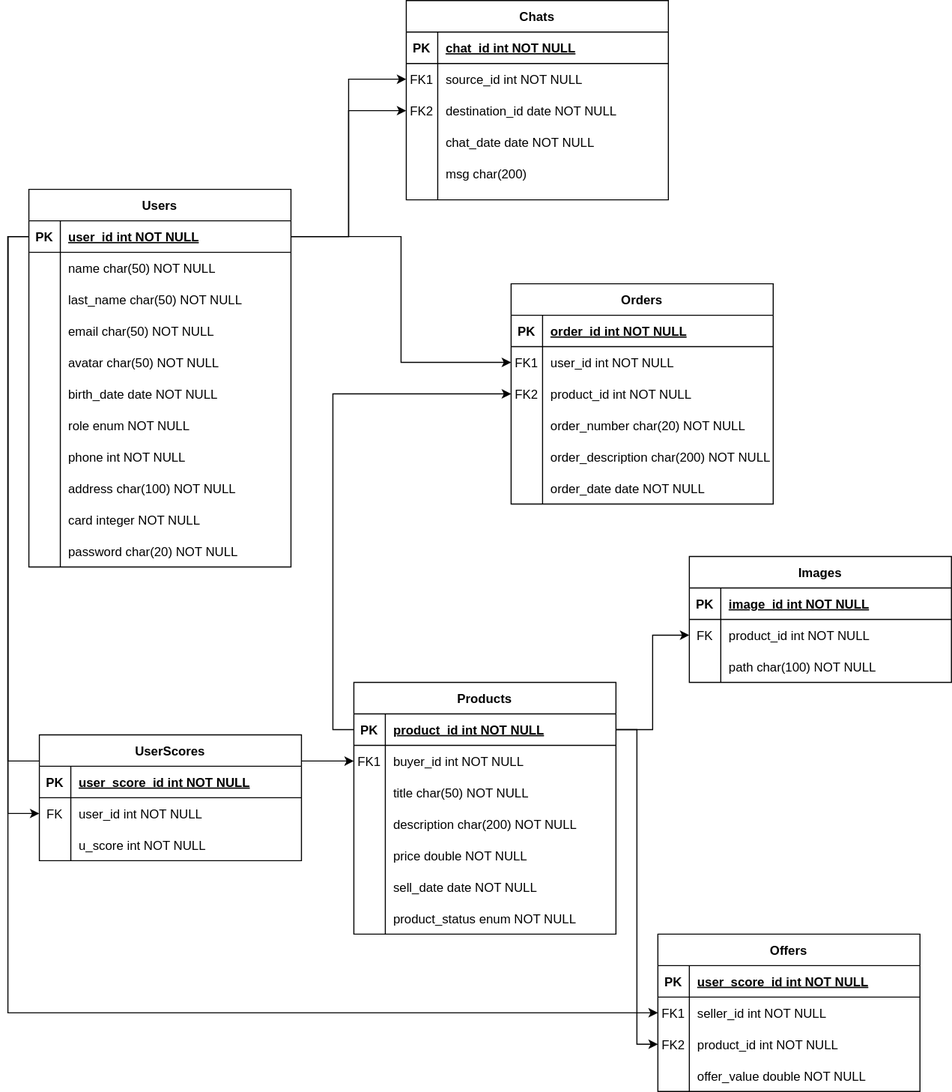
Earlier version of the draw.io export images/diagram8.svg (adrianoosses/final-back). Source tidied: cells renumbered, new cells last; positions are measured from the earlier drawing's top-left corner, leaving out a move shared by most shapes.
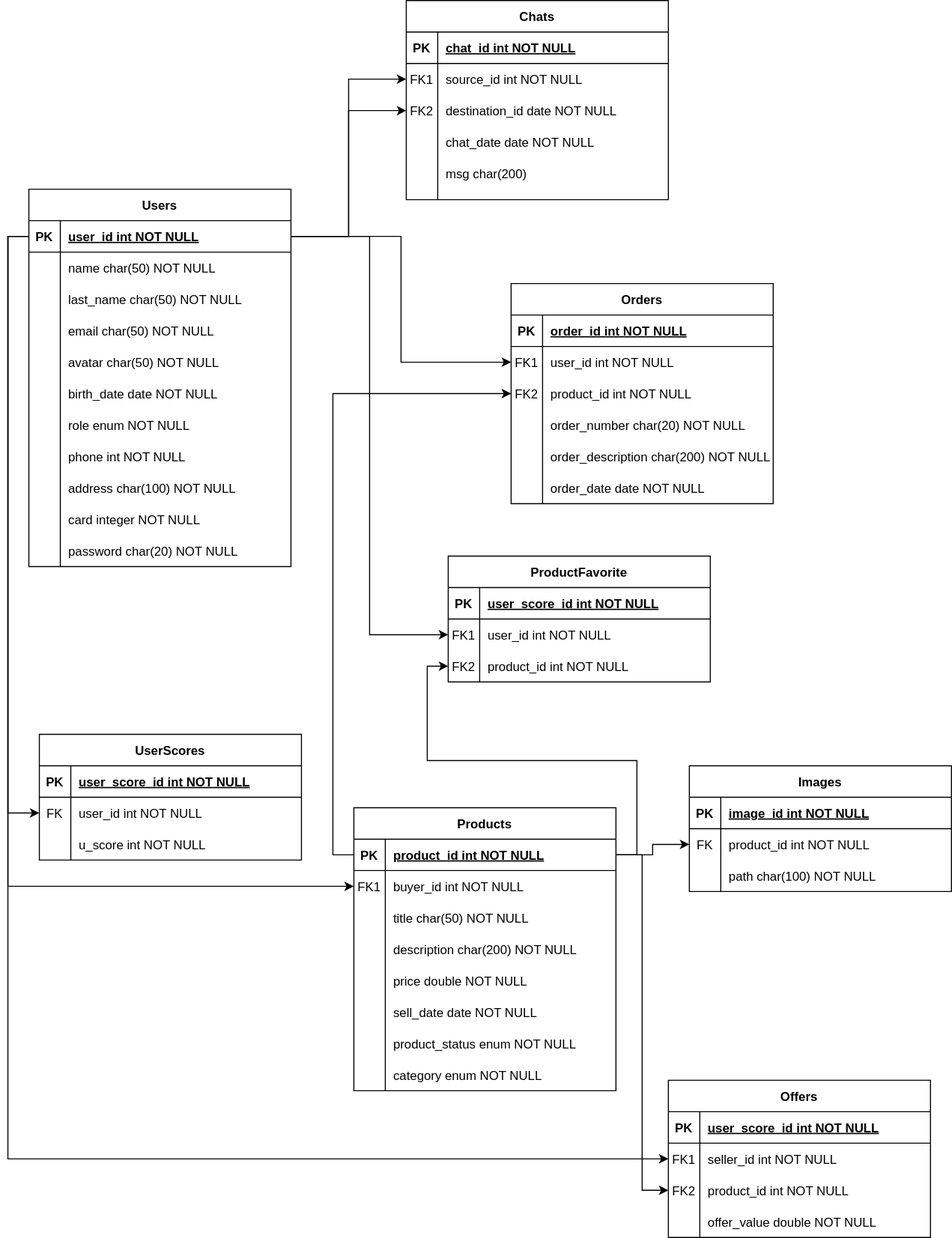
After the commit.

Commit message:
feat:readme, productFavorite; fix:offer

Diff of the diagram source:
```diff
@@ -210,7 +210,7 @@
       <mxGeometry x="30" width="220" height="30" as="geometry" />
     </mxCell>
     <mxCell id="71" value="Products" style="shape=table;startSize=30;rowLines=0;fontStyle=1;align=center;" parent="1" vertex="1">
-      <mxGeometry x="310" y="650" width="250" height="240" as="geometry" />
+      <mxGeometry x="310" y="770" width="250" height="270" as="geometry" />
     </mxCell>
     <mxCell id="72" style="shape=partialRectangle;fillColor=none;points=[[0,0.5],[1,0.5]];portConstraint=eastwest;top=0;left=0;right=0;bottom=1;" parent="71" vertex="1">
       <mxGeometry y="30" width="250" height="30" as="geometry" />
@@ -275,6 +275,15 @@
     <mxCell id="92" value="product_status enum NOT NULL" style="shape=partialRectangle;overflow=hidden;fillColor=none;top=0;left=0;bottom=0;right=0;align=left;spacingLeft=6;" parent="90" vertex="1">
       <mxGeometry x="30" width="220" height="30" as="geometry" />
     </mxCell>
+    <mxCell id="135" style="shape=partialRectangle;fillColor=none;top=0;left=0;right=0;bottom=0;" parent="71" vertex="1">
+      <mxGeometry y="240" width="250" height="30" as="geometry" />
+    </mxCell>
+    <mxCell id="136" style="shape=partialRectangle;overflow=hidden;fillColor=none;top=0;left=0;bottom=0;right=0;" parent="135" vertex="1">
+      <mxGeometry width="30" height="30" as="geometry" />
+    </mxCell>
+    <mxCell id="137" value="category enum NOT NULL" style="shape=partialRectangle;overflow=hidden;fillColor=none;top=0;left=0;bottom=0;right=0;align=left;spacingLeft=6;" parent="135" vertex="1">
+      <mxGeometry x="30" width="220" height="30" as="geometry" />
+    </mxCell>
     <mxCell id="93" style="edgeStyle=orthogonalEdgeStyle;rounded=0;jettySize=auto;html=1;exitX=1;exitY=0.5;exitDx=0;exitDy=0;entryX=0;entryY=0.5;entryDx=0;entryDy=0;" parent="1" edge="1" source="19" target="9">
       <mxGeometry relative="1" as="geometry" />
     </mxCell>
@@ -282,7 +291,7 @@
       <mxGeometry relative="1" as="geometry" />
     </mxCell>
     <mxCell id="95" value="Images" style="shape=table;startSize=30;rowLines=0;fontStyle=1;align=center;" parent="1" vertex="1">
-      <mxGeometry x="630" y="530" width="250" height="120" as="geometry" />
+      <mxGeometry x="630" y="730" width="250" height="120" as="geometry" />
     </mxCell>
     <mxCell id="96" style="shape=partialRectangle;fillColor=none;top=0;left=0;right=0;bottom=1;" parent="95" vertex="1">
       <mxGeometry y="30" width="250" height="30" as="geometry" />
@@ -357,7 +366,7 @@
       <mxGeometry relative="1" as="geometry" />
     </mxCell>
     <mxCell id="120" value="Offers" style="shape=table;startSize=30;rowLines=0;fontStyle=1;align=center;" parent="1" vertex="1">
-      <mxGeometry x="600" y="890" width="250" height="150" as="geometry" />
+      <mxGeometry x="610" y="1030" width="250" height="150" as="geometry" />
     </mxCell>
     <mxCell id="121" style="shape=partialRectangle;fillColor=none;top=0;left=0;right=0;bottom=1;" parent="120" vertex="1">
       <mxGeometry y="30" width="250" height="30" as="geometry" />
@@ -401,5 +410,41 @@
     <mxCell id="134" style="edgeStyle=orthogonalEdgeStyle;rounded=0;jettySize=auto;html=1;exitX=0;exitY=0.5;exitDx=0;exitDy=0;entryX=0;entryY=0.5;entryDx=0;entryDy=0;" parent="1" edge="1" source="19" target="124">
       <mxGeometry relative="1" as="geometry" />
     </mxCell>
+    <mxCell id="138" value="ProductFavorite" style="shape=table;startSize=30;rowLines=0;fontStyle=1;align=center;" parent="1" vertex="1">
+      <mxGeometry x="400" y="530" width="250" height="120" as="geometry" />
+    </mxCell>
+    <mxCell id="139" style="shape=partialRectangle;fillColor=none;top=0;left=0;right=0;bottom=1;" parent="138" vertex="1">
+      <mxGeometry y="30" width="250" height="30" as="geometry" />
+    </mxCell>
+    <mxCell id="140" value="PK" style="shape=partialRectangle;overflow=hidden;fillColor=none;top=0;left=0;bottom=0;right=0;fontStyle=1;" parent="139" vertex="1">
+      <mxGeometry width="30" height="30" as="geometry" />
+    </mxCell>
+    <mxCell id="141" value="user_score_id int NOT NULL " style="shape=partialRectangle;overflow=hidden;fillColor=none;top=0;left=0;bottom=0;right=0;align=left;spacingLeft=6;fontStyle=5;" parent="139" vertex="1">
+      <mxGeometry x="30" width="220" height="30" as="geometry" />
+    </mxCell>
+    <mxCell id="142" style="shape=partialRectangle;fillColor=none;points=[[0,0.5],[1,0.5]];portConstraint=eastwest;top=0;left=0;right=0;bottom=0;" parent="138" vertex="1">
+      <mxGeometry y="60" width="250" height="30" as="geometry" />
+    </mxCell>
+    <mxCell id="143" value="FK1" style="shape=partialRectangle;overflow=hidden;fillColor=none;top=0;left=0;bottom=0;right=0;" parent="142" vertex="1">
+      <mxGeometry width="30" height="30" as="geometry" />
+    </mxCell>
+    <mxCell id="144" value="user_id int NOT NULL" style="shape=partialRectangle;overflow=hidden;fillColor=none;top=0;left=0;bottom=0;right=0;align=left;spacingLeft=6;" parent="142" vertex="1">
+      <mxGeometry x="30" width="220" height="30" as="geometry" />
+    </mxCell>
+    <mxCell id="145" style="shape=partialRectangle;fillColor=none;points=[[0,0.5],[1,0.5]];portConstraint=eastwest;top=0;left=0;right=0;bottom=0;" parent="138" vertex="1">
+      <mxGeometry y="90" width="250" height="30" as="geometry" />
+    </mxCell>
+    <mxCell id="146" value="FK2" style="shape=partialRectangle;overflow=hidden;fillColor=none;top=0;left=0;bottom=0;right=0;" parent="145" vertex="1">
+      <mxGeometry width="30" height="30" as="geometry" />
+    </mxCell>
+    <mxCell id="147" value="product_id int NOT NULL" style="shape=partialRectangle;overflow=hidden;fillColor=none;top=0;left=0;bottom=0;right=0;align=left;spacingLeft=6;" parent="145" vertex="1">
+      <mxGeometry x="30" width="220" height="30" as="geometry" />
+    </mxCell>
+    <mxCell id="148" style="edgeStyle=orthogonalEdgeStyle;rounded=0;jettySize=auto;html=1;exitX=1;exitY=0.5;exitDx=0;exitDy=0;" parent="1" edge="1" source="72" target="145">
+      <mxGeometry relative="1" as="geometry" />
+    </mxCell>
+    <mxCell id="149" style="edgeStyle=orthogonalEdgeStyle;rounded=0;jettySize=auto;html=1;exitX=1;exitY=0.5;exitDx=0;exitDy=0;entryX=0;entryY=0.5;entryDx=0;entryDy=0;" parent="1" edge="1" source="19" target="142">
+      <mxGeometry relative="1" as="geometry" />
+    </mxCell>
   </root>
 </mxGraphModel>
```
